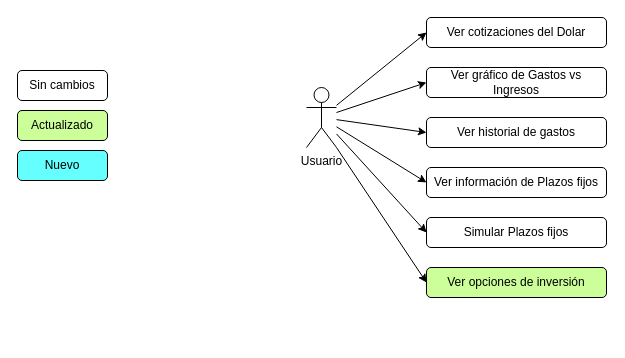
The draw.io diagram docs/CU.drawio in ggoffredo/TTIP-Grupo1-2s2022, before the edit. Source tidied: cells renumbered, new cells numbered last; positions are measured from the earlier drawing's top-left corner, leaving out a move shared by most shapes. Both pictures are drawn from the tidied source at 100%, with x=0, y=0 at pixel (17, 17).
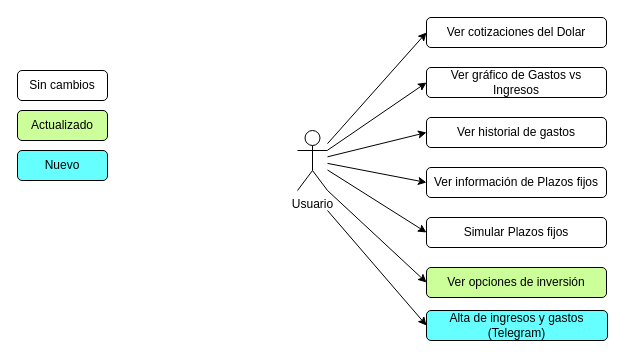
After the change.

The edit, as a diff of the source:
```diff
@@
+    <mxCell id="18" style="rounded=0;jettySize=auto;html=1;entryX=0;entryY=0.5;entryDx=0;entryDy=0;" parent="1" edge="1" target="19">
+      <mxGeometry relative="1" as="geometry">
+        <mxPoint x="310" y="193" as="sourcePoint" />
+      </mxGeometry>
+    </mxCell>
     <mxCell id="2" value="&lt;div&gt;Usuario&lt;/div&gt;" style="shape=umlActor;verticalLabelPosition=bottom;verticalAlign=top;html=1;outlineConnect=0;" parent="1" vertex="1">
-      <mxGeometry x="289" y="70" width="30" height="60" as="geometry" />
+      <mxGeometry x="280" y="113" width="30" height="60" as="geometry" />
     </mxCell>
@@
+    <mxCell id="19" value="Alta de ingresos y gastos (Telegram)" style="rounded=1;whiteSpace=wrap;html=1;fillColor=#66FFFF;" parent="1" vertex="1">
+      <mxGeometry x="409" y="293" width="181" height="30" as="geometry" />
+    </mxCell>
```
